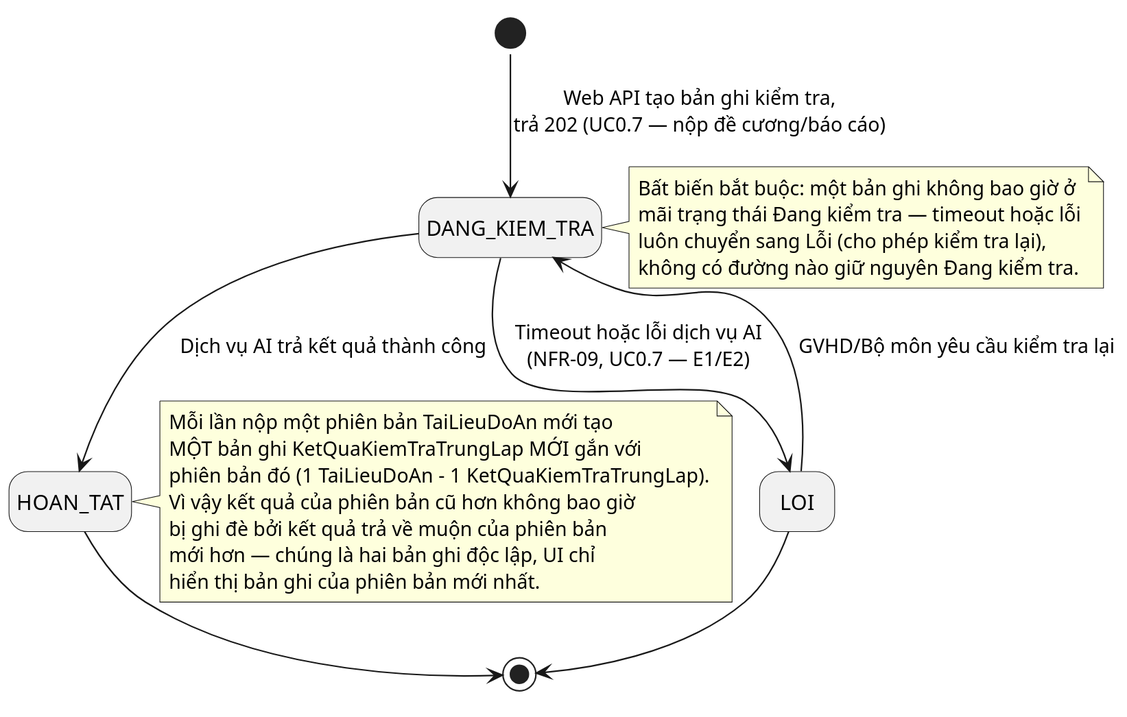
Earlier version of the PlantUML export docs/chuong-3-thiet-ke/so-do-lop/trang-thai-kiem-tra-trung-lap.svg (dtc235200036-alt/ICTU-DATN-NguyenThiMaiAnh). Source of this version:
```plantuml
@startuml
skinparam defaultFontName "Noto Sans"
skinparam shadowing false
skinparam dpi 150
skinparam backgroundColor white
skinparam classAttributeIconSize 0
!pragma layout smetana
hide empty description

[*] --> DANG_KIEM_TRA : Web API tạo bản ghi kiểm tra,\ntrả 202 (UC0.7 — nộp đề cương/báo cáo)

DANG_KIEM_TRA --> HOAN_TAT : Dịch vụ AI trả kết quả thành công
DANG_KIEM_TRA --> LOI : Timeout hoặc lỗi dịch vụ AI\n(NFR-09, UC0.7 — E1/E2)

LOI --> DANG_KIEM_TRA : GVHD/Bộ môn yêu cầu kiểm tra lại

HOAN_TAT --> [*]
LOI --> [*]

note right of DANG_KIEM_TRA
  Bất biến bắt buộc: một bản ghi không bao giờ ở
  mãi trạng thái Đang kiểm tra — timeout hoặc lỗi
  luôn chuyển sang Lỗi (cho phép kiểm tra lại),
  không có đường nào giữ nguyên Đang kiểm tra.
end note

note left of HOAN_TAT
  Mỗi lần nộp một phiên bản TaiLieuDoAn mới tạo
  MỘT bản ghi KetQuaKiemTraTrungLap MỚI gắn với
  phiên bản đó (1 TaiLieuDoAn - 1 KetQuaKiemTraTrungLap).
  Vì vậy kết quả của phiên bản cũ hơn không bao giờ
  bị ghi đè bởi kết quả trả về muộn của phiên bản
  mới hơn — chúng là hai bản ghi độc lập, UI chỉ
  hiển thị bản ghi của phiên bản mới nhất.
end note
@enduml
```
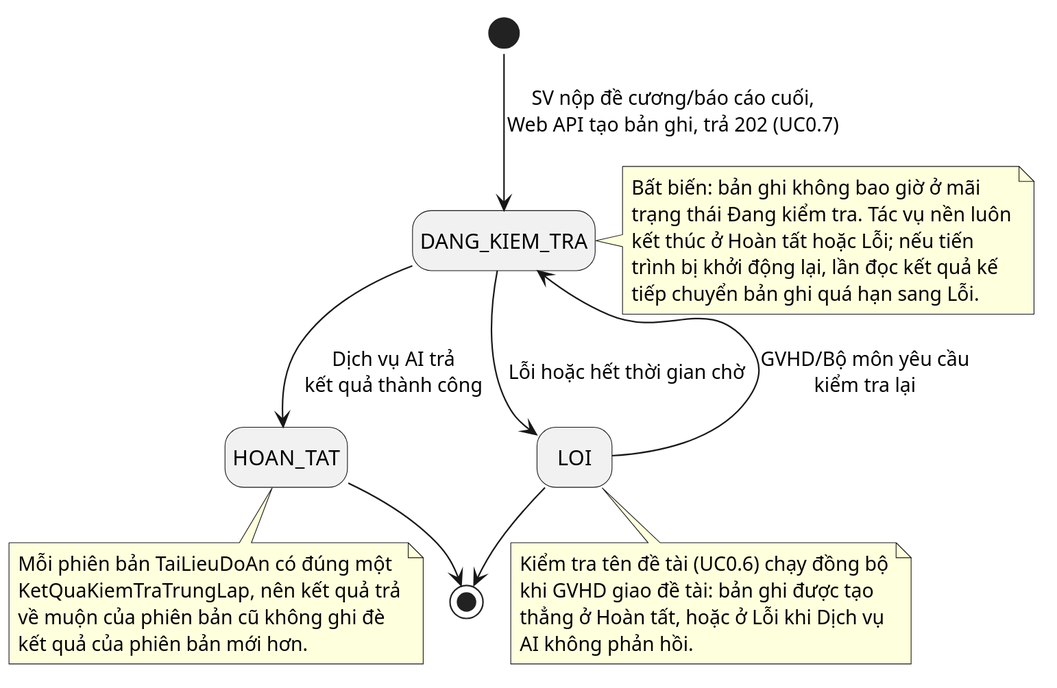
Later version of the same file.

Diff of the diagram source:
```diff
@@ -7,30 +7,35 @@
 !pragma layout smetana
 hide empty description
 
-[*] --> DANG_KIEM_TRA : Web API tạo bản ghi kiểm tra,\ntrả 202 (UC0.7 — nộp đề cương/báo cáo)
+[*] --> DANG_KIEM_TRA : SV nộp đề cương/báo cáo cuối,\nWeb API tạo bản ghi, trả 202 (UC0.7)
 
-DANG_KIEM_TRA --> HOAN_TAT : Dịch vụ AI trả kết quả thành công
-DANG_KIEM_TRA --> LOI : Timeout hoặc lỗi dịch vụ AI\n(NFR-09, UC0.7 — E1/E2)
+DANG_KIEM_TRA --> HOAN_TAT : Dịch vụ AI trả\nkết quả thành công
+DANG_KIEM_TRA --> LOI : Lỗi hoặc hết thời gian chờ
 
-LOI --> DANG_KIEM_TRA : GVHD/Bộ môn yêu cầu kiểm tra lại
+LOI --> DANG_KIEM_TRA : GVHD/Bộ môn yêu cầu\nkiểm tra lại
 
 HOAN_TAT --> [*]
 LOI --> [*]
 
 note right of DANG_KIEM_TRA
-  Bất biến bắt buộc: một bản ghi không bao giờ ở
-  mãi trạng thái Đang kiểm tra — timeout hoặc lỗi
-  luôn chuyển sang Lỗi (cho phép kiểm tra lại),
-  không có đường nào giữ nguyên Đang kiểm tra.
+  Bất biến: bản ghi không bao giờ ở mãi
+  trạng thái Đang kiểm tra. Tác vụ nền luôn
+  kết thúc ở Hoàn tất hoặc Lỗi; nếu tiến
+  trình bị khởi động lại, lần đọc kết quả kế
+  tiếp chuyển bản ghi quá hạn sang Lỗi.
 end note
 
-note left of HOAN_TAT
-  Mỗi lần nộp một phiên bản TaiLieuDoAn mới tạo
-  MỘT bản ghi KetQuaKiemTraTrungLap MỚI gắn với
-  phiên bản đó (1 TaiLieuDoAn - 1 KetQuaKiemTraTrungLap).
-  Vì vậy kết quả của phiên bản cũ hơn không bao giờ
-  bị ghi đè bởi kết quả trả về muộn của phiên bản
-  mới hơn — chúng là hai bản ghi độc lập, UI chỉ
-  hiển thị bản ghi của phiên bản mới nhất.
+note bottom of HOAN_TAT
+  Mỗi phiên bản TaiLieuDoAn có đúng một
+  KetQuaKiemTraTrungLap, nên kết quả trả
+  về muộn của phiên bản cũ không ghi đè
+  kết quả của phiên bản mới hơn.
+end note
+
+note bottom of LOI
+  Kiểm tra tên đề tài (UC0.6) chạy đồng bộ
+  khi GVHD giao đề tài: bản ghi được tạo
+  thẳng ở Hoàn tất, hoặc ở Lỗi khi Dịch vụ
+  AI không phản hồi.
 end note
 @enduml
```
